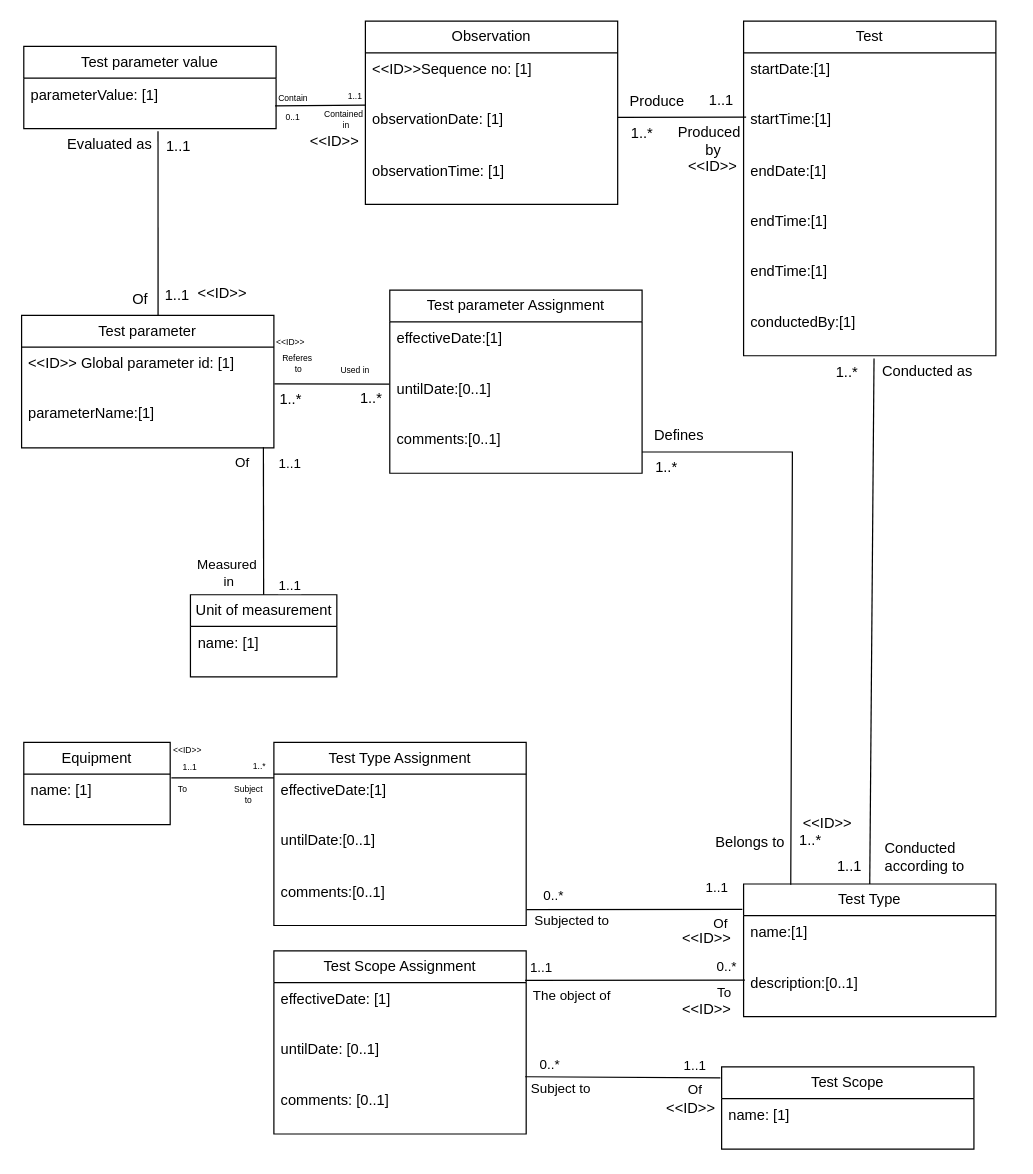
Above: page "Test" (1 of 3) of Comprehensive Data Model.drawio in developersoumyadeep/erpapp-datamodel (draw.io), before the change. Source tidied: cells renumbered, new cells numbered last; positions are measured from the earlier drawing's top-left corner, leaving out a move shared by most shapes. Both pictures are drawn from the tidied source at 122%, with x=0, y=0 at pixel (21, 21).
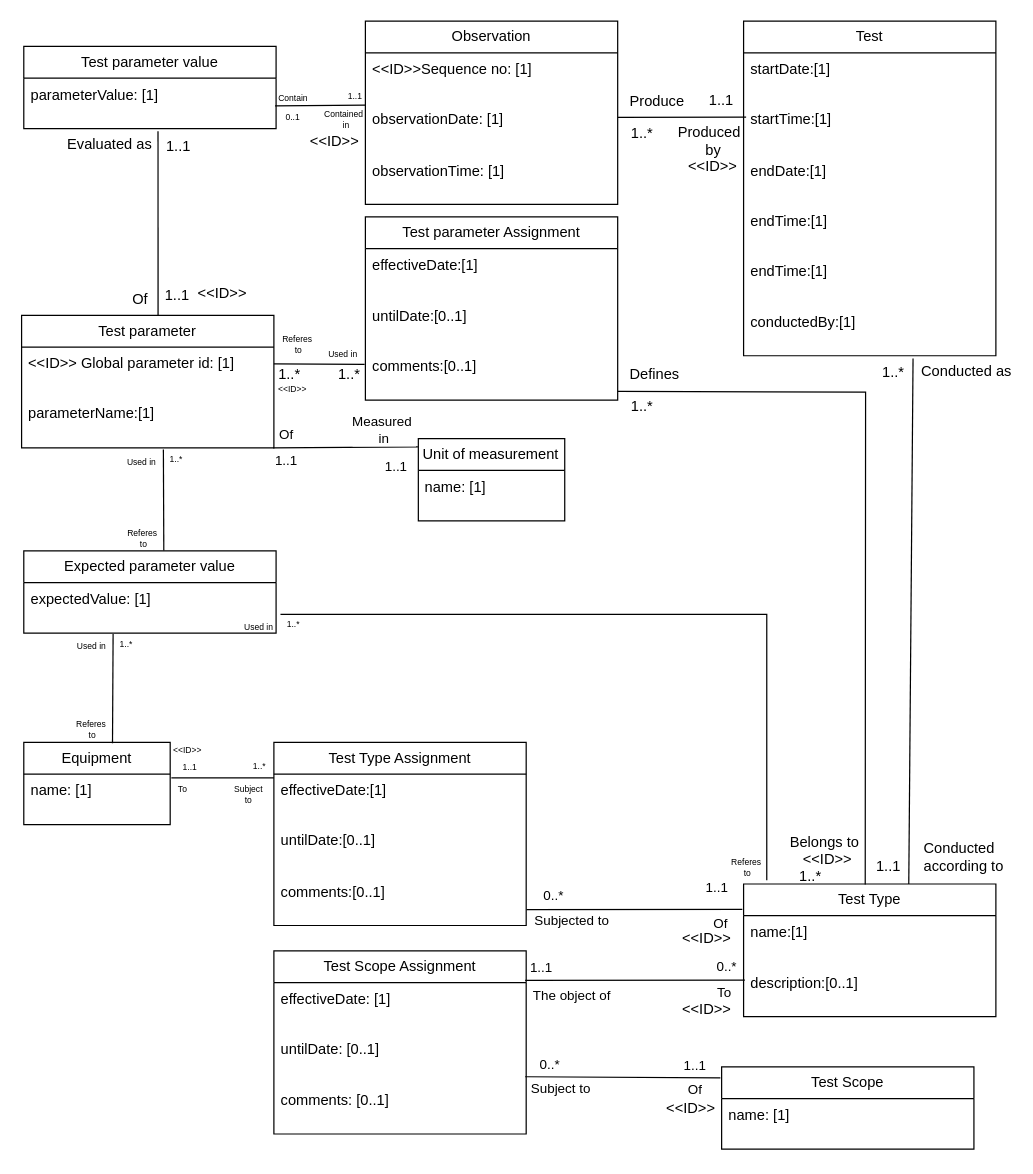
The same diagram, later.

The change refers to these unchanged cells:
```xml
<mxCell id="8" value="Test Type" style="swimlane;fontStyle=0;horizontal=1;startSize=26;fillColor=none;whiteSpace=wrap;html=1;" parent="1" vertex="1">
  <mxGeometry x="592" y="707.1" width="206.8" height="108.7" as="geometry" />
</mxCell>
<mxCell id="33" value="Equipment" style="swimlane;fontStyle=0;horizontal=1;startSize=26;fillColor=none;whiteSpace=wrap;html=1;" parent="1" vertex="1">
  <mxGeometry x="2" y="591" width="120" height="67.4" as="geometry" />
</mxCell>
<mxCell id="47" value="conductedBy:[1]" style="text;strokeColor=none;fillColor=none;align=left;verticalAlign=top;spacingLeft=4;spacingRight=4;overflow=hidden;points=[[0,0.5],[1,0.5]];portConstraint=eastwest;whiteSpace=wrap;html=1;" parent="41" vertex="1">
  <mxGeometry y="232.8" width="206.8" height="41.4" as="geometry" />
</mxCell>
<mxCell id="54" value="&amp;lt;&amp;lt;ID&amp;gt;&amp;gt; Global parameter id: [1]" style="text;strokeColor=none;fillColor=none;align=left;verticalAlign=top;spacingLeft=4;spacingRight=4;overflow=hidden;points=[[0,0.5],[1,0.5]];portConstraint=eastwest;whiteSpace=wrap;html=1;" parent="53" vertex="1">
  <mxGeometry y="26" width="206.8" height="41.4" as="geometry" />
</mxCell>
<mxCell id="55" value="parameterName:[1]" style="text;strokeColor=none;fillColor=none;align=left;verticalAlign=top;spacingLeft=4;spacingRight=4;overflow=hidden;points=[[0,0.5],[1,0.5]];portConstraint=eastwest;whiteSpace=wrap;html=1;" parent="53" vertex="1">
  <mxGeometry y="67.4" width="206.8" height="41.4" as="geometry" />
</mxCell>
<mxCell id="84" value="untilDate:[0..1]" style="text;strokeColor=none;fillColor=none;align=left;verticalAlign=top;spacingLeft=4;spacingRight=4;overflow=hidden;points=[[0,0.5],[1,0.5]];portConstraint=eastwest;whiteSpace=wrap;html=1;" parent="82" vertex="1">
  <mxGeometry y="67.4" width="206.8" height="41.4" as="geometry" />
</mxCell>
<mxCell id="85" value="comments:[0..1]" style="text;strokeColor=none;fillColor=none;align=left;verticalAlign=top;spacingLeft=4;spacingRight=4;overflow=hidden;points=[[0,0.5],[1,0.5]];portConstraint=eastwest;whiteSpace=wrap;html=1;" parent="82" vertex="1">
  <mxGeometry y="108.7" width="206.8" height="41.4" as="geometry" />
</mxCell>
```

What changed in the source:
```diff
@@
-    <mxCell id="48" style="endArrow=none;html=1;rounded=0;align=center;verticalAlign=top;endFill=0;labelBackgroundColor=none;entryX=0.517;entryY=1.053;entryDx=0;entryDy=0;entryPerimeter=0;exitX=0.5;exitY=0;exitDx=0;exitDy=0;" parent="1" edge="1" source="8" target="47">
-      <mxGeometry relative="1" as="geometry" />
+    <mxCell id="48" style="endArrow=none;html=1;rounded=0;align=center;verticalAlign=top;endFill=0;labelBackgroundColor=none;entryX=0.517;entryY=1.053;entryDx=0;entryDy=0;entryPerimeter=0;exitX=0.5;exitY=0;exitDx=0;exitDy=0;" parent="1" edge="1">
+      <mxGeometry relative="1" as="geometry">
+        <mxPoint x="727.4" y="707.1" as="sourcePoint" />
+        <mxPoint x="730.9" y="276.3" as="targetPoint" />
+      </mxGeometry>
     </mxCell>
@@
     <mxCell id="52" value="1..*" style="html=1;align=left;verticalAlign=top;labelBackgroundColor=none;" parent="1" vertex="1">
-      <mxGeometry x="666" y="274.1" as="geometry" />
+      <mxGeometry x="704" y="274.1" as="geometry" />
     </mxCell>
@@
     <mxCell id="63" value="Unit of measurement" style="swimlane;fontStyle=0;horizontal=1;startSize=26;fillColor=none;whiteSpace=wrap;html=1;" parent="1" vertex="1">
-      <mxGeometry x="138.6" y="470" width="120" height="67.4" as="geometry" />
+      <mxGeometry x="325.4" y="342" width="120" height="67.4" as="geometry" />
     </mxCell>
@@
-    <mxCell id="65" style="endArrow=none;html=1;rounded=0;exitX=0.499;exitY=0.986;exitDx=0;exitDy=0;exitPerimeter=0;entryX=0.5;entryY=0;entryDx=0;entryDy=0;" parent="1" edge="1" target="63">
-      <mxGeometry relative="1" as="geometry">
-        <mxPoint x="198.4" y="349.1" as="sourcePoint" />
-      </mxGeometry>
+    <mxCell id="65" style="endArrow=none;html=1;rounded=0;exitX=0.997;exitY=0.997;exitDx=0;exitDy=0;exitPerimeter=0;entryX=-0.003;entryY=0.101;entryDx=0;entryDy=0;entryPerimeter=0;" parent="1" edge="1" source="55" target="63">
+      <mxGeometry relative="1" as="geometry" />
     </mxCell>
     <mxCell id="66" value="1..1" style="edgeLabel;html=1;align=center;verticalAlign=middle;" parent="65" vertex="1">
       <mxGeometry x="0.01" relative="1" as="geometry">
-        <mxPoint x="21" y="-48" as="offset" />
+        <mxPoint x="-50" y="10" as="offset" />
       </mxGeometry>
     </mxCell>
     <mxCell id="67" value="1..1" style="edgeLabel;html=1;align=center;verticalAlign=middle;" parent="65" vertex="1">
       <mxGeometry x="0.02" y="-1" relative="1" as="geometry">
-        <mxPoint x="22" y="51" as="offset" />
+        <mxPoint x="39" y="14" as="offset" />
       </mxGeometry>
     </mxCell>
     <mxCell id="68" value="Of" style="edgeLabel;html=1;align=center;verticalAlign=middle;" parent="65" vertex="1">
       <mxGeometry x="0.41" y="1" relative="1" as="geometry">
-        <mxPoint x="-19" y="-73" as="offset" />
+        <mxPoint x="-74" y="-10" as="offset" />
       </mxGeometry>
     </mxCell>
     <mxCell id="69" value="Measured&amp;nbsp;&lt;div&gt;in&lt;/div&gt;" style="edgeLabel;html=1;align=center;verticalAlign=middle;" parent="65" vertex="1">
       <mxGeometry x="-0.01" y="-1" relative="1" as="geometry">
-        <mxPoint x="-28" y="42" as="offset" />
+        <mxPoint x="31" y="-16" as="offset" />
       </mxGeometry>
     </mxCell>
@@
     <mxCell id="82" value="Test parameter Assignment" style="swimlane;fontStyle=0;horizontal=1;startSize=26;fillColor=none;whiteSpace=wrap;html=1;" parent="1" vertex="1">
-      <mxGeometry x="302" y="220.3" width="206.8" height="150.1" as="geometry" />
+      <mxGeometry x="282" y="160.3" width="206.8" height="150.1" as="geometry" />
     </mxCell>
@@
-    <mxCell id="86" style="endArrow=none;html=1;rounded=0;align=center;verticalAlign=top;endFill=0;labelBackgroundColor=none;entryX=1.002;entryY=0.729;entryDx=0;entryDy=0;entryPerimeter=0;exitX=-0.002;exitY=0.233;exitDx=0;exitDy=0;exitPerimeter=0;" parent="1" edge="1" source="84" target="54">
+    <mxCell id="86" style="endArrow=none;html=1;rounded=0;align=center;verticalAlign=top;endFill=0;labelBackgroundColor=none;entryX=1;entryY=0.332;entryDx=0;entryDy=0;entryPerimeter=0;exitX=-0.003;exitY=0.296;exitDx=0;exitDy=0;exitPerimeter=0;" parent="1" edge="1" source="85" target="54">
       <mxGeometry relative="1" as="geometry" />
     </mxCell>
     <mxCell id="87" value="Used in" style="html=1;align=left;verticalAlign=bottom;labelBackgroundColor=none;fontSize=7;" parent="86" vertex="1">
       <mxGeometry x="-1" relative="1" as="geometry">
-        <mxPoint x="-42" y="-5" as="offset" />
+        <mxPoint x="-31" y="-2" as="offset" />
       </mxGeometry>
     </mxCell>
     <mxCell id="88" value="1..*" style="html=1;align=left;verticalAlign=top;labelBackgroundColor=none;" parent="86" vertex="1">
       <mxGeometry x="-1" relative="1" as="geometry">
-        <mxPoint x="-92" y="-1" as="offset" />
+        <mxPoint x="-72" y="-5" as="offset" />
       </mxGeometry>
     </mxCell>
@@
-    <mxCell id="90" style="endArrow=none;html=1;rounded=0;align=center;verticalAlign=top;endFill=0;labelBackgroundColor=none;entryX=0.187;entryY=0.005;entryDx=0;entryDy=0;entryPerimeter=0;exitX=0.997;exitY=0.332;exitDx=0;exitDy=0;exitPerimeter=0;" parent="1" edge="1" target="8">
+    <mxCell id="90" style="endArrow=none;html=1;rounded=0;align=center;verticalAlign=top;endFill=0;labelBackgroundColor=none;entryX=0.187;entryY=0.005;entryDx=0;entryDy=0;entryPerimeter=0;exitX=1.001;exitY=0.828;exitDx=0;exitDy=0;exitPerimeter=0;" parent="1" edge="1" source="85">
       <mxGeometry relative="1" as="geometry">
-        <mxPoint x="508.8" y="353" as="sourcePoint" />
+        <mxPoint x="691.7" y="707.6" as="targetPoint" />
         <Array as="points">
-          <mxPoint x="632" y="353" />
+          <mxPoint x="692" y="304" />
         </Array>
       </mxGeometry>
     </mxCell>
@@
     <mxCell id="96" value="1..*" style="html=1;align=left;verticalAlign=top;labelBackgroundColor=none;" parent="1" vertex="1">
-      <mxGeometry x="636" y="658.4" as="geometry" />
+      <mxGeometry x="636" y="687.4" as="geometry" />
     </mxCell>
     <mxCell id="97" value="1..*" style="html=1;align=left;verticalAlign=top;labelBackgroundColor=none;" parent="1" vertex="1">
-      <mxGeometry x="276" y="295.4" as="geometry" />
+      <mxGeometry x="258" y="276.4" as="geometry" />
     </mxCell>
     <mxCell id="98" value="&amp;lt;&amp;lt;ID&amp;gt;&amp;gt;" style="text;html=1;align=center;verticalAlign=middle;whiteSpace=wrap;rounded=0;" parent="1" vertex="1">
-      <mxGeometry x="636" y="648.4" width="50" height="20" as="geometry" />
+      <mxGeometry x="636" y="677.4" width="50" height="20" as="geometry" />
     </mxCell>
     <mxCell id="99" value="&amp;lt;&amp;lt;ID&amp;gt;&amp;gt;" style="text;html=1;align=center;verticalAlign=middle;whiteSpace=wrap;rounded=0;fontSize=7;" parent="1" vertex="1">
-      <mxGeometry x="196" y="254.1" width="50" height="20" as="geometry" />
+      <mxGeometry x="213" y="293.4" width="19" height="17" as="geometry" />
     </mxCell>
@@
+    <mxCell id="103" value="Expected parameter value" style="swimlane;fontStyle=0;horizontal=1;startSize=26;fillColor=none;whiteSpace=wrap;html=1;" parent="1" vertex="1">
+      <mxGeometry x="2" y="434" width="206.8" height="67.4" as="geometry" />
+    </mxCell>
+    <mxCell id="104" value="expectedValue: [1]" style="text;strokeColor=none;fillColor=none;align=left;verticalAlign=top;spacingLeft=4;spacingRight=4;overflow=hidden;points=[[0,0.5],[1,0.5]];portConstraint=eastwest;whiteSpace=wrap;html=1;" parent="103" vertex="1">
+      <mxGeometry y="26" width="206.8" height="41.4" as="geometry" />
+    </mxCell>
+    <mxCell id="105" style="endArrow=none;html=1;rounded=0;align=center;verticalAlign=top;endFill=0;labelBackgroundColor=none;entryX=0.555;entryY=-0.005;entryDx=0;entryDy=0;entryPerimeter=0;exitX=0.562;exitY=1.026;exitDx=0;exitDy=0;exitPerimeter=0;" parent="1" edge="1" source="55" target="103">
+      <mxGeometry relative="1" as="geometry" />
+    </mxCell>
+    <mxCell id="106" value="Used in" style="html=1;align=left;verticalAlign=bottom;labelBackgroundColor=none;fontSize=7;" parent="105" vertex="1">
+      <mxGeometry x="-1" relative="1" as="geometry">
+        <mxPoint x="-31" y="16" as="offset" />
+      </mxGeometry>
+    </mxCell>
+    <mxCell id="107" value="1..*" style="html=1;align=left;verticalAlign=top;labelBackgroundColor=none;fontSize=7;" parent="105" vertex="1">
+      <mxGeometry x="-1" relative="1" as="geometry">
+        <mxPoint x="4" y="-2" as="offset" />
+      </mxGeometry>
+    </mxCell>
+    <mxCell id="108" value="Referes&amp;nbsp;&lt;div&gt;to&lt;/div&gt;" style="html=1;align=center;verticalAlign=bottom;labelBackgroundColor=none;fontSize=7;" parent="105" vertex="1">
+      <mxGeometry x="1" relative="1" as="geometry">
+        <mxPoint x="-17" as="offset" />
+      </mxGeometry>
+    </mxCell>
+    <mxCell id="109" style="endArrow=none;html=1;rounded=0;align=center;verticalAlign=top;endFill=0;labelBackgroundColor=none;entryX=0.606;entryY=0.01;entryDx=0;entryDy=0;entryPerimeter=0;exitX=0.354;exitY=1.02;exitDx=0;exitDy=0;exitPerimeter=0;" parent="1" edge="1" source="104" target="33">
+      <mxGeometry relative="1" as="geometry" />
+    </mxCell>
+    <mxCell id="110" value="Used in" style="html=1;align=left;verticalAlign=bottom;labelBackgroundColor=none;fontSize=7;" parent="109" vertex="1">
+      <mxGeometry x="-1" relative="1" as="geometry">
+        <mxPoint x="-31" y="16" as="offset" />
+      </mxGeometry>
+    </mxCell>
+    <mxCell id="111" value="1..*" style="html=1;align=left;verticalAlign=top;labelBackgroundColor=none;fontSize=7;" parent="109" vertex="1">
+      <mxGeometry x="-1" relative="1" as="geometry">
+        <mxPoint x="4" y="-2" as="offset" />
+      </mxGeometry>
+    </mxCell>
+    <mxCell id="112" value="Referes&amp;nbsp;&lt;div&gt;to&lt;/div&gt;" style="html=1;align=center;verticalAlign=bottom;labelBackgroundColor=none;fontSize=7;" parent="109" vertex="1">
+      <mxGeometry x="1" relative="1" as="geometry">
+        <mxPoint x="-17" as="offset" />
+      </mxGeometry>
+    </mxCell>
+    <mxCell id="113" style="endArrow=none;html=1;rounded=0;align=center;verticalAlign=top;endFill=0;labelBackgroundColor=none;exitX=0.993;exitY=0.629;exitDx=0;exitDy=0;exitPerimeter=0;" parent="1" edge="1">
+      <mxGeometry relative="1" as="geometry">
+        <mxPoint x="212.4" y="486" as="sourcePoint" />
+        <mxPoint x="611" y="704" as="targetPoint" />
+        <Array as="points">
+          <mxPoint x="611" y="486" />
+        </Array>
+      </mxGeometry>
+    </mxCell>
+    <mxCell id="114" value="Used in" style="html=1;align=left;verticalAlign=bottom;labelBackgroundColor=none;fontSize=7;" parent="113" vertex="1">
+      <mxGeometry x="-1" relative="1" as="geometry">
+        <mxPoint x="-31" y="16" as="offset" />
+      </mxGeometry>
+    </mxCell>
+    <mxCell id="115" value="1..*" style="html=1;align=left;verticalAlign=top;labelBackgroundColor=none;fontSize=7;" parent="113" vertex="1">
+      <mxGeometry x="-1" relative="1" as="geometry">
+        <mxPoint x="4" y="-2" as="offset" />
+      </mxGeometry>
+    </mxCell>
+    <mxCell id="116" value="Referes&amp;nbsp;&lt;div&gt;to&lt;/div&gt;" style="html=1;align=center;verticalAlign=bottom;labelBackgroundColor=none;fontSize=7;" parent="113" vertex="1">
+      <mxGeometry x="1" relative="1" as="geometry">
+        <mxPoint x="-17" as="offset" />
+      </mxGeometry>
+    </mxCell>
```
